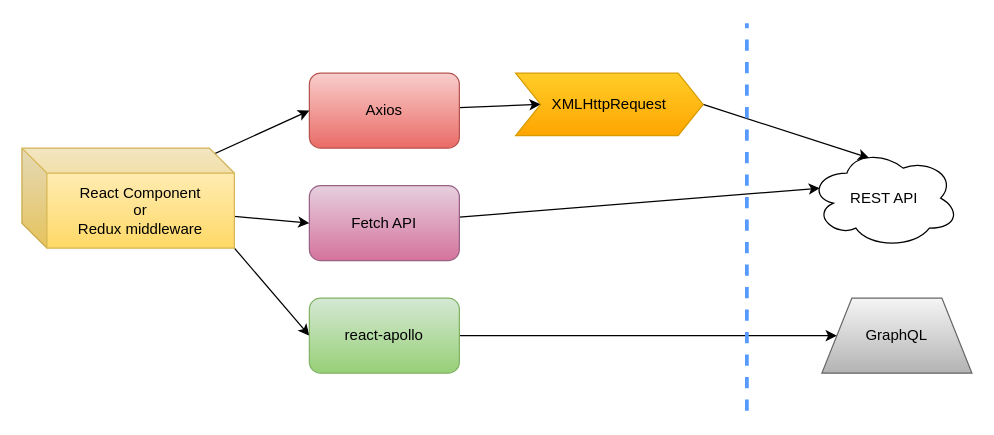
Above: My Articles/react/API Access in React.drawio in anbarasan-raji/books (draw.io), before the change. Source tidied: cells renumbered, new cells numbered last; positions are measured from the earlier drawing's top-left corner, leaving out a move shared by most shapes. Both pictures are drawn from the tidied source at 125%, with x=0, y=0 at pixel (21, 22).
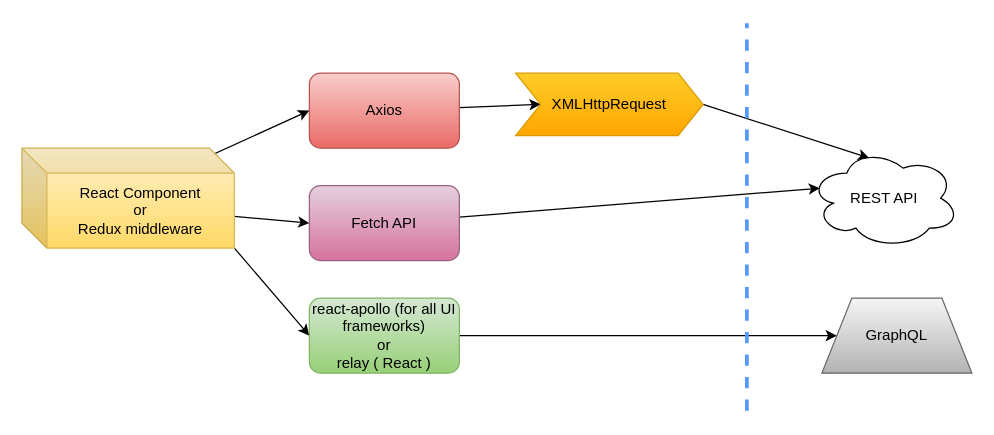
After the change.

What changed in the source:
```diff
@@
 <mxGraphModel>
   <root>
     <mxCell id="0" />
     <mxCell id="1" parent="0" />
     <mxCell id="2" style="edgeStyle=none;rounded=0;jettySize=auto;html=1;entryX=0;entryY=0.5;entryDx=0;entryDy=0;" parent="1" edge="1" source="3" target="7">
       <mxGeometry relative="1" as="geometry" />
     </mxCell>
     <mxCell id="3" value="Axios" style="rounded=1;whiteSpace=wrap;html=1;gradientColor=#ea6b66;fillColor=#f8cecc;strokeColor=#b85450;" parent="1" vertex="1">
       <mxGeometry x="230" y="40" width="120" height="60" as="geometry" />
     </mxCell>
     <mxCell id="4" style="edgeStyle=none;rounded=0;jettySize=auto;html=1;entryX=0.07;entryY=0.4;entryDx=0;entryDy=0;entryPerimeter=0;" parent="1" edge="1" source="5" target="8">
       <mxGeometry relative="1" as="geometry" />
     </mxCell>
     <mxCell id="5" value="Fetch API" style="rounded=1;whiteSpace=wrap;html=1;gradientColor=#d5739d;fillColor=#e6d0de;strokeColor=#996185;" parent="1" vertex="1">
       <mxGeometry x="230" y="130" width="120" height="60" as="geometry" />
     </mxCell>
     <mxCell id="6" style="edgeStyle=none;rounded=0;jettySize=auto;html=1;entryX=0.4;entryY=0.1;entryDx=0;entryDy=0;entryPerimeter=0;exitX=1;exitY=0.5;exitDx=0;exitDy=0;" parent="1" edge="1" source="7" target="8">
       <mxGeometry relative="1" as="geometry" />
     </mxCell>
     <mxCell id="7" value="XMLHttpRequest" style="shape=step;perimeter=stepPerimeter;whiteSpace=wrap;html=1;fixedSize=1;gradientColor=#ffa500;fillColor=#ffcd28;strokeColor=#d79b00;" parent="1" vertex="1">
       <mxGeometry x="395" y="40" width="150" height="50" as="geometry" />
     </mxCell>
     <mxCell id="8" value="REST API" style="ellipse;shape=cloud;whiteSpace=wrap;html=1;" parent="1" vertex="1">
       <mxGeometry x="630" y="100" width="120" height="80" as="geometry" />
     </mxCell>
     <mxCell id="9" style="edgeStyle=none;rounded=0;jettySize=auto;html=1;entryX=0;entryY=0.5;entryDx=0;entryDy=0;exitX=0;exitY=0;exitDx=120;exitDy=20;exitPerimeter=0;" parent="1" edge="1" source="12" target="3">
       <mxGeometry relative="1" as="geometry" />
     </mxCell>
     <mxCell id="10" style="edgeStyle=none;rounded=0;jettySize=auto;html=1;entryX=0;entryY=0.5;entryDx=0;entryDy=0;exitX=0;exitY=0;exitDx=120;exitDy=50;exitPerimeter=0;" parent="1" edge="1" source="12" target="5">
       <mxGeometry relative="1" as="geometry" />
     </mxCell>
     <mxCell id="11" style="edgeStyle=none;rounded=0;jettySize=auto;html=1;entryX=0;entryY=0.5;entryDx=0;entryDy=0;exitX=1;exitY=1;exitDx=0;exitDy=0;exitPerimeter=0;" parent="1" edge="1" source="12" target="15">
       <mxGeometry relative="1" as="geometry" />
     </mxCell>
     <mxCell id="12" value="React Component&lt;br&gt;or&lt;br&gt;Redux middleware" style="shape=cube;whiteSpace=wrap;html=1;boundedLbl=1;backgroundOutline=1;darkOpacity=0.05;darkOpacity2=0.1;gradientColor=#ffd966;fillColor=#fff2cc;strokeColor=#d6b656;" parent="1" vertex="1">
       <mxGeometry y="100" width="170" height="80" as="geometry" />
     </mxCell>
     <mxCell id="13" value="GraphQL" style="shape=trapezoid;perimeter=trapezoidPerimeter;whiteSpace=wrap;html=1;gradientColor=#b3b3b3;fillColor=#f5f5f5;strokeColor=#666666;" parent="1" vertex="1">
       <mxGeometry x="640" y="220" width="120" height="60" as="geometry" />
     </mxCell>
     <mxCell id="14" style="edgeStyle=none;rounded=0;jettySize=auto;html=1;entryX=0;entryY=0.5;entryDx=0;entryDy=0;" parent="1" edge="1" source="15" target="13">
       <mxGeometry relative="1" as="geometry" />
     </mxCell>
-    <mxCell id="15" value="react-apollo" style="rounded=1;whiteSpace=wrap;html=1;gradientColor=#97d077;fillColor=#d5e8d4;strokeColor=#82b366;" parent="1" vertex="1">
+    <mxCell id="15" value="react-apollo (for all UI frameworks)&lt;br&gt;or&lt;br&gt;relay ( React )" style="rounded=1;whiteSpace=wrap;html=1;gradientColor=#97d077;fillColor=#d5e8d4;strokeColor=#82b366;" parent="1" vertex="1">
       <mxGeometry x="230" y="220" width="120" height="60" as="geometry" />
     </mxCell>
     <mxCell id="16" style="endArrow=none;dashed=1;html=1;strokeWidth=3;strokeColor=#579AFF;" parent="1" edge="1">
       <mxGeometry relative="1" as="geometry">
         <mxPoint x="580" y="310" as="sourcePoint" />
         <mxPoint x="580" as="targetPoint" />
       </mxGeometry>
     </mxCell>
   </root>
 </mxGraphModel>
```
